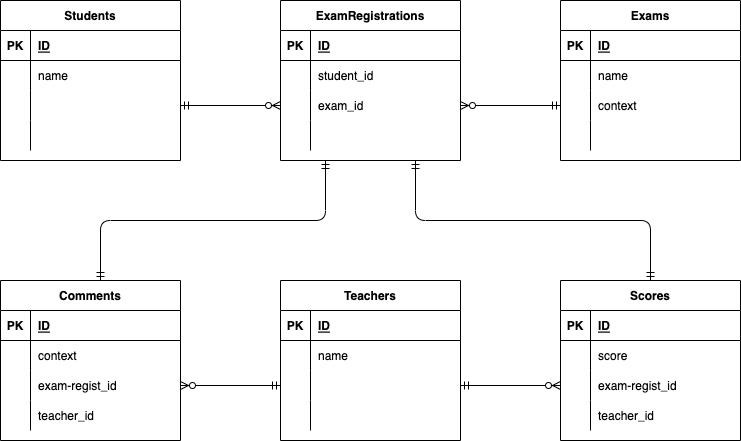
This is ERD.drawio.png from KotaUtsunomiya/DatabaseDesign_section8_Practice, a draw.io export, as it was before one commit. Source tidied: cells renumbered, new cells last; positions are measured from the earlier drawing's top-left corner, leaving out a move shared by most shapes.
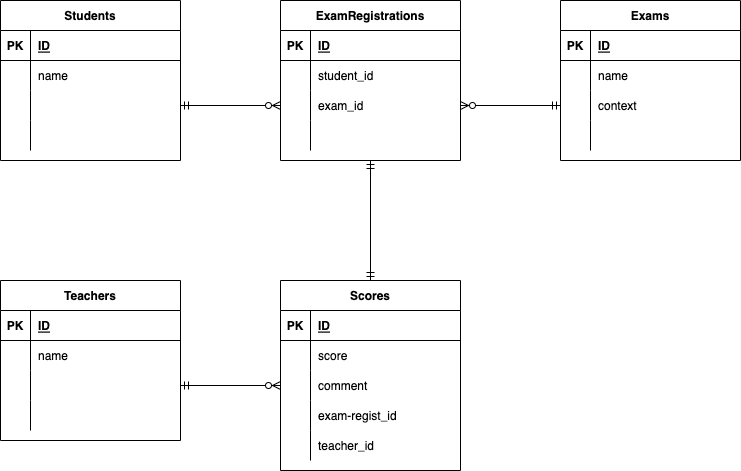
The same diagram one commit later.

Diff of the diagram source:
```diff
@@ -126,7 +126,7 @@
       <mxGeometry relative="1" as="geometry" />
     </mxCell>
     <mxCell id="43" value="Teachers" style="shape=table;startSize=30;rowLines=0;fontStyle=1;align=center;" parent="1" vertex="1">
-      <mxGeometry x="280" y="280" width="180" height="160" as="geometry" />
+      <mxGeometry y="280" width="180" height="160" as="geometry" />
     </mxCell>
     <mxCell id="44" style="shape=partialRectangle;fillColor=none;top=0;left=0;bottom=1;right=0;" parent="43" vertex="1">
       <mxGeometry y="30" width="180" height="30" as="geometry" />
@@ -164,47 +164,8 @@
     <mxCell id="55" style="shape=partialRectangle;fillColor=none;top=0;left=0;bottom=0;right=0;align=left;spacingLeft=6;overflow=hidden;" parent="53" vertex="1">
       <mxGeometry x="30" width="150" height="30" as="geometry" />
     </mxCell>
-    <mxCell id="56" value="Comments" style="shape=table;startSize=30;rowLines=0;fontStyle=1;align=center;" parent="1" vertex="1">
-      <mxGeometry y="280" width="180" height="160" as="geometry" />
-    </mxCell>
-    <mxCell id="57" style="shape=partialRectangle;fillColor=none;top=0;left=0;bottom=1;right=0;" parent="56" vertex="1">
-      <mxGeometry y="30" width="180" height="30" as="geometry" />
-    </mxCell>
-    <mxCell id="58" value="PK" style="shape=partialRectangle;fillColor=none;top=0;left=0;bottom=0;right=0;fontStyle=1;overflow=hidden;" parent="57" vertex="1">
-      <mxGeometry width="30" height="30" as="geometry" />
-    </mxCell>
-    <mxCell id="59" value="ID" style="shape=partialRectangle;fillColor=none;top=0;left=0;bottom=0;right=0;align=left;spacingLeft=6;fontStyle=5;overflow=hidden;" parent="57" vertex="1">
-      <mxGeometry x="30" width="150" height="30" as="geometry" />
-    </mxCell>
-    <mxCell id="60" style="shape=partialRectangle;fillColor=none;top=0;left=0;bottom=0;right=0;" parent="56" vertex="1">
-      <mxGeometry y="60" width="180" height="30" as="geometry" />
-    </mxCell>
-    <mxCell id="61" style="shape=partialRectangle;fillColor=none;top=0;left=0;bottom=0;right=0;overflow=hidden;" parent="60" vertex="1">
-      <mxGeometry width="30" height="30" as="geometry" />
-    </mxCell>
-    <mxCell id="62" value="context" style="shape=partialRectangle;fillColor=none;top=0;left=0;bottom=0;right=0;align=left;spacingLeft=6;overflow=hidden;" parent="60" vertex="1">
-      <mxGeometry x="30" width="150" height="30" as="geometry" />
-    </mxCell>
-    <mxCell id="63" style="shape=partialRectangle;fillColor=none;top=0;left=0;bottom=0;right=0;points=[[0,0.5],[1,0.5]];portConstraint=eastwest;" parent="56" vertex="1">
-      <mxGeometry y="90" width="180" height="30" as="geometry" />
-    </mxCell>
-    <mxCell id="64" style="shape=partialRectangle;fillColor=none;top=0;left=0;bottom=0;right=0;overflow=hidden;" parent="63" vertex="1">
-      <mxGeometry width="30" height="30" as="geometry" />
-    </mxCell>
-    <mxCell id="65" value="exam-regist_id" style="shape=partialRectangle;fillColor=none;top=0;left=0;bottom=0;right=0;align=left;spacingLeft=6;overflow=hidden;" parent="63" vertex="1">
-      <mxGeometry x="30" width="150" height="30" as="geometry" />
-    </mxCell>
-    <mxCell id="66" style="shape=partialRectangle;fillColor=none;top=0;left=0;bottom=0;right=0;" parent="56" vertex="1">
-      <mxGeometry y="120" width="180" height="30" as="geometry" />
-    </mxCell>
-    <mxCell id="67" style="shape=partialRectangle;fillColor=none;top=0;left=0;bottom=0;right=0;overflow=hidden;" parent="66" vertex="1">
-      <mxGeometry width="30" height="30" as="geometry" />
-    </mxCell>
-    <mxCell id="68" value="teacher_id" style="shape=partialRectangle;fillColor=none;top=0;left=0;bottom=0;right=0;align=left;spacingLeft=6;overflow=hidden;" parent="66" vertex="1">
-      <mxGeometry x="30" width="150" height="30" as="geometry" />
-    </mxCell>
     <mxCell id="69" value="Scores" style="shape=table;startSize=30;rowLines=0;fontStyle=1;align=center;" parent="1" vertex="1">
-      <mxGeometry x="560" y="280" width="180" height="160" as="geometry" />
+      <mxGeometry x="280" y="280" width="180" height="190" as="geometry" />
     </mxCell>
     <mxCell id="70" style="shape=partialRectangle;fillColor=none;top=0;left=0;bottom=1;right=0;" parent="69" vertex="1">
       <mxGeometry y="30" width="180" height="30" as="geometry" />
@@ -224,8 +185,17 @@
     <mxCell id="75" value="score" style="shape=partialRectangle;fillColor=none;top=0;left=0;bottom=0;right=0;align=left;spacingLeft=6;overflow=hidden;" parent="73" vertex="1">
       <mxGeometry x="30" width="150" height="30" as="geometry" />
     </mxCell>
+    <mxCell id="79" style="shape=partialRectangle;fillColor=none;top=0;left=0;bottom=0;right=0;points=[[0,0.5],[1,0.5]];portConstraint=eastwest;" parent="69" vertex="1">
+      <mxGeometry y="90" width="180" height="30" as="geometry" />
+    </mxCell>
+    <mxCell id="80" style="shape=partialRectangle;fillColor=none;top=0;left=0;bottom=0;right=0;overflow=hidden;" parent="79" vertex="1">
+      <mxGeometry width="30" height="30" as="geometry" />
+    </mxCell>
+    <mxCell id="81" value="comment" style="shape=partialRectangle;fillColor=none;top=0;left=0;bottom=0;right=0;align=left;spacingLeft=6;overflow=hidden;" parent="79" vertex="1">
+      <mxGeometry x="30" width="150" height="30" as="geometry" />
+    </mxCell>
     <mxCell id="76" style="shape=partialRectangle;fillColor=none;top=0;left=0;bottom=0;right=0;" parent="69" vertex="1">
-      <mxGeometry y="90" width="180" height="30" as="geometry" />
+      <mxGeometry y="120" width="180" height="30" as="geometry" />
     </mxCell>
     <mxCell id="77" style="shape=partialRectangle;fillColor=none;top=0;left=0;bottom=0;right=0;overflow=hidden;" parent="76" vertex="1">
       <mxGeometry width="30" height="30" as="geometry" />
@@ -233,29 +203,19 @@
     <mxCell id="78" value="exam-regist_id" style="shape=partialRectangle;fillColor=none;top=0;left=0;bottom=0;right=0;align=left;spacingLeft=6;overflow=hidden;" parent="76" vertex="1">
       <mxGeometry x="30" width="150" height="30" as="geometry" />
     </mxCell>
-    <mxCell id="79" style="shape=partialRectangle;fillColor=none;top=0;left=0;bottom=0;right=0;points=[[0,0.5],[1,0.5]];portConstraint=eastwest;" parent="69" vertex="1">
-      <mxGeometry y="120" width="180" height="30" as="geometry" />
-    </mxCell>
-    <mxCell id="80" style="shape=partialRectangle;fillColor=none;top=0;left=0;bottom=0;right=0;overflow=hidden;" parent="79" vertex="1">
-      <mxGeometry width="30" height="30" as="geometry" />
-    </mxCell>
-    <mxCell id="81" value="teacher_id" style="shape=partialRectangle;fillColor=none;top=0;left=0;bottom=0;right=0;align=left;spacingLeft=6;overflow=hidden;" parent="79" vertex="1">
-      <mxGeometry x="30" width="150" height="30" as="geometry" />
-    </mxCell>
-    <mxCell id="82" style="edgeStyle=elbowEdgeStyle;fontSize=12;html=1;endArrow=ERmandOne;startArrow=ERmandOne;entryX=0.25;entryY=1;entryDx=0;entryDy=0;elbow=vertical;" parent="1" edge="1" target="15">
-      <mxGeometry relative="1" as="geometry">
-        <mxPoint x="100" y="280" as="sourcePoint" />
-      </mxGeometry>
-    </mxCell>
+    <mxCell id="86" style="shape=partialRectangle;fillColor=none;top=0;left=0;bottom=0;right=0;" parent="69" vertex="1">
+      <mxGeometry y="150" width="180" height="30" as="geometry" />
+    </mxCell>
+    <mxCell id="87" style="shape=partialRectangle;fillColor=none;top=0;left=0;bottom=0;right=0;overflow=hidden;" parent="86" vertex="1">
+      <mxGeometry width="30" height="30" as="geometry" />
+    </mxCell>
+    <mxCell id="68" value="teacher_id" style="shape=partialRectangle;fillColor=none;top=0;left=0;bottom=0;right=0;align=left;spacingLeft=6;overflow=hidden;" parent="86" vertex="1">
+      <mxGeometry x="30" width="150" height="30" as="geometry" />
+    </mxCell>
-    <mxCell id="83" style="fontSize=12;html=1;endArrow=ERzeroToMany;startArrow=ERmandOne;exitX=1;exitY=0.5;exitDx=0;exitDy=0;entryX=0;entryY=0.5;entryDx=0;entryDy=0;" parent="1" edge="1" source="50">
-      <mxGeometry relative="1" as="geometry">
-        <mxPoint x="560" y="385" as="targetPoint" />
-      </mxGeometry>
+    <mxCell id="83" style="fontSize=12;html=1;endArrow=ERzeroToMany;startArrow=ERmandOne;exitX=1;exitY=0.5;exitDx=0;exitDy=0;entryX=0;entryY=0.5;entryDx=0;entryDy=0;" parent="1" edge="1" source="50" target="79">
+      <mxGeometry relative="1" as="geometry" />
     </mxCell>
-    <mxCell id="84" style="fontSize=12;html=1;endArrow=ERzeroToMany;startArrow=ERmandOne;exitX=0;exitY=0.5;exitDx=0;exitDy=0;entryX=1;entryY=0.5;entryDx=0;entryDy=0;" parent="1" edge="1" source="50" target="63">
-      <mxGeometry relative="1" as="geometry" />
-    </mxCell>
-    <mxCell id="85" style="edgeStyle=elbowEdgeStyle;fontSize=12;html=1;endArrow=ERmandOne;startArrow=ERmandOne;entryX=0.75;entryY=1;entryDx=0;entryDy=0;elbow=vertical;exitX=0.5;exitY=0;exitDx=0;exitDy=0;" parent="1" edge="1" source="69" target="15">
+    <mxCell id="85" style="fontSize=12;html=1;endArrow=ERmandOne;startArrow=ERmandOne;entryX=0.5;entryY=1;entryDx=0;entryDy=0;elbow=vertical;exitX=0.5;exitY=0;exitDx=0;exitDy=0;" parent="1" edge="1" source="69" target="15">
       <mxGeometry relative="1" as="geometry" />
     </mxCell>
   </root>
```
